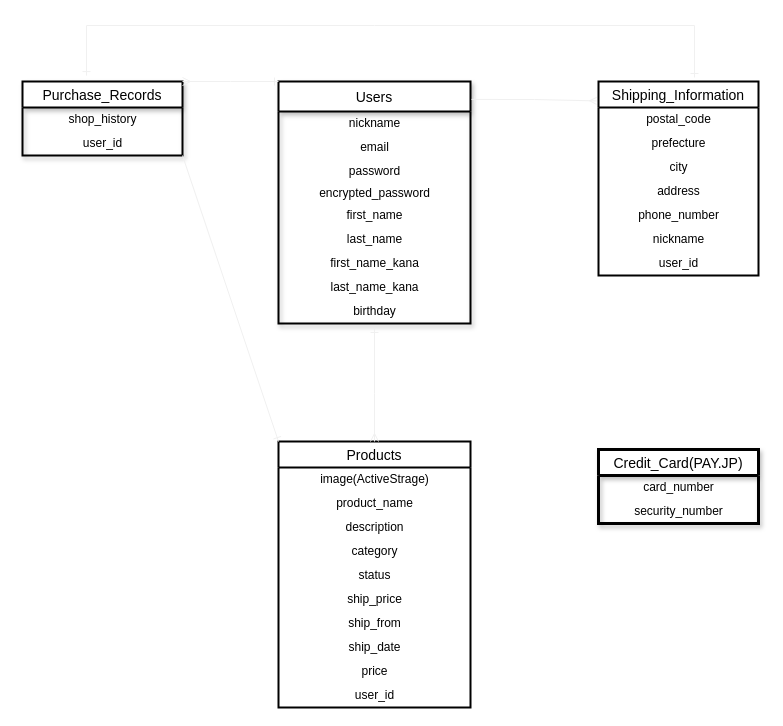
TomokiYatsunami/furima-35529 keeps this draw.io diagram as ER図.dio. Above is the earlier version. Source tidied: cells renumbered, new cells numbered last; positions are measured from the earlier drawing's top-left corner, leaving out a move shared by most shapes. Both pictures are drawn from the tidied source at 100%, with x=0, y=0 at pixel (22, 25).
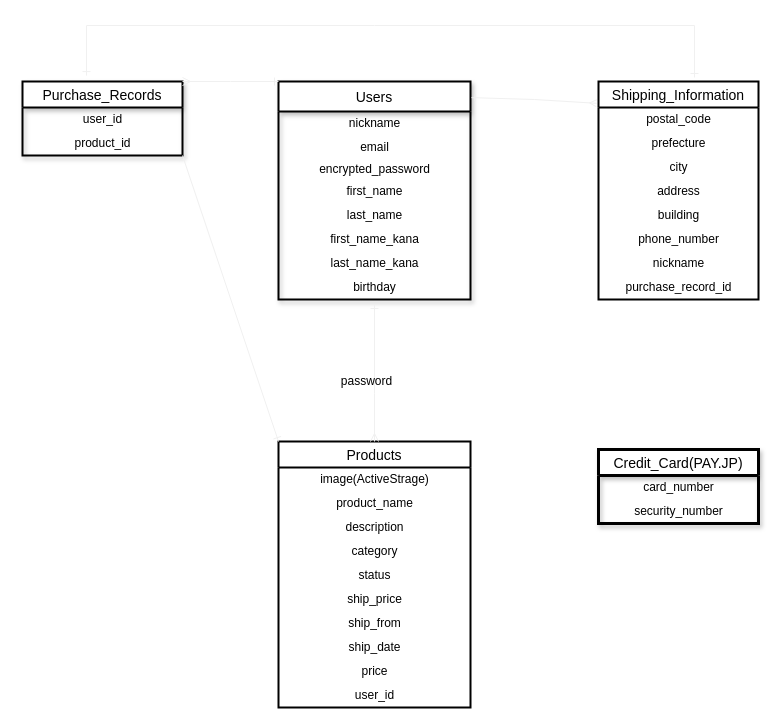
The same page after the edit.

Commit message (it also covers changes not shown here):
active hash関連以外の修正完了

The change refers to these unchanged cells:
```xml
<mxCell id="33" value="Purchase_Records" style="swimlane;fontStyle=0;horizontal=1;startSize=26;align=center;fontSize=14;shadow=1;strokeWidth=2;" parent="1" vertex="1">
  <mxGeometry y="56" width="160" height="74" as="geometry" />
</mxCell>
```

What changed in the source:
```diff
@@
     <mxCell id="2" value="Users" style="swimlane;fontStyle=0;horizontal=1;startSize=30;align=center;fontSize=14;shadow=1;strokeWidth=2;perimeterSpacing=0;" parent="1" vertex="1">
-      <mxGeometry x="256" y="56" width="192" height="242" as="geometry" />
+      <mxGeometry x="256" y="56" width="192" height="218" as="geometry" />
     </mxCell>
@@
-    <mxCell id="5" value="password" style="text;html=1;align=center;verticalAlign=middle;" parent="2" vertex="1">
-      <mxGeometry y="78" width="192" height="24" as="geometry" />
-    </mxCell>
     <mxCell id="6" value="encrypted_password" style="text;html=1;align=center;verticalAlign=middle;rotation=0;" parent="2" vertex="1">
-      <mxGeometry y="102" width="192" height="20" as="geometry" />
+      <mxGeometry y="78" width="192" height="20" as="geometry" />
     </mxCell>
     <mxCell id="7" value="first_name" style="text;html=1;align=center;verticalAlign=middle;rotation=0;" parent="2" vertex="1">
-      <mxGeometry y="122" width="192" height="24" as="geometry" />
+      <mxGeometry y="98" width="192" height="24" as="geometry" />
     </mxCell>
     <mxCell id="8" value="last_name" style="text;html=1;align=center;verticalAlign=middle;rotation=0;" parent="2" vertex="1">
-      <mxGeometry y="146" width="192" height="24" as="geometry" />
+      <mxGeometry y="122" width="192" height="24" as="geometry" />
     </mxCell>
     <mxCell id="9" value="first_name_kana" style="text;html=1;align=center;verticalAlign=middle;rotation=0;" parent="2" vertex="1">
-      <mxGeometry y="170" width="192" height="24" as="geometry" />
+      <mxGeometry y="146" width="192" height="24" as="geometry" />
     </mxCell>
     <mxCell id="10" value="last_name_kana" style="text;html=1;align=center;verticalAlign=middle;rotation=0;" parent="2" vertex="1">
-      <mxGeometry y="194" width="192" height="24" as="geometry" />
+      <mxGeometry y="170" width="192" height="24" as="geometry" />
     </mxCell>
     <mxCell id="11" value="birthday" style="text;html=1;align=center;verticalAlign=middle;points=[];rotation=0;" parent="2" vertex="1">
-      <mxGeometry y="218" width="192" height="24" as="geometry" />
+      <mxGeometry y="194" width="192" height="24" as="geometry" />
     </mxCell>
@@
     <mxCell id="23" value="Shipping_Information" style="swimlane;fontStyle=0;horizontal=1;startSize=26;align=center;fontSize=14;strokeWidth=2;" parent="1" vertex="1">
-      <mxGeometry x="576" y="56" width="160" height="194" as="geometry" />
+      <mxGeometry x="576" y="56" width="160" height="218" as="geometry" />
     </mxCell>
@@
+    <mxCell id="42" value="building" style="text;html=1;align=center;verticalAlign=middle;" parent="23" vertex="1">
+      <mxGeometry y="122" width="160" height="24" as="geometry" />
+    </mxCell>
     <mxCell id="28" value="phone_number" style="text;html=1;align=center;verticalAlign=middle;strokeWidth=1;" parent="23" vertex="1">
-      <mxGeometry y="122" width="160" height="24" as="geometry" />
+      <mxGeometry y="146" width="160" height="24" as="geometry" />
     </mxCell>
     <mxCell id="29" value="nickname" style="text;html=1;align=center;verticalAlign=middle;" parent="23" vertex="1">
-      <mxGeometry y="146" width="160" height="24" as="geometry" />
+      <mxGeometry y="170" width="160" height="24" as="geometry" />
     </mxCell>
-    <mxCell id="30" value="user_id" style="text;html=1;align=center;verticalAlign=middle;" parent="23" vertex="1">
-      <mxGeometry y="170" width="160" height="24" as="geometry" />
+    <mxCell id="30" value="purchase_record_id" style="text;html=1;align=center;verticalAlign=middle;" parent="23" vertex="1">
+      <mxGeometry y="194" width="160" height="24" as="geometry" />
     </mxCell>
@@
+    <mxCell id="35" value="user_id" style="text;html=1;align=center;verticalAlign=middle;" parent="33" vertex="1">
+      <mxGeometry y="26" width="160" height="24" as="geometry" />
+    </mxCell>
-    <mxCell id="34" value="shop_history" style="text;html=1;align=center;verticalAlign=middle;" parent="33" vertex="1">
-      <mxGeometry y="26" width="160" height="24" as="geometry" />
+    <mxCell id="34" value="product_id" style="text;html=1;align=center;verticalAlign=middle;" parent="33" vertex="1">
+      <mxGeometry y="50" width="160" height="24" as="geometry" />
     </mxCell>
-    <mxCell id="35" value="user_id" style="text;html=1;align=center;verticalAlign=middle;" parent="33" vertex="1">
-      <mxGeometry y="50" width="160" height="24" as="geometry" />
-    </mxCell>
@@
+    <mxCell id="5" value="password" style="text;html=1;align=center;verticalAlign=middle;" parent="1" vertex="1">
+      <mxGeometry x="248" y="344" width="192" height="24" as="geometry" />
+    </mxCell>
```
